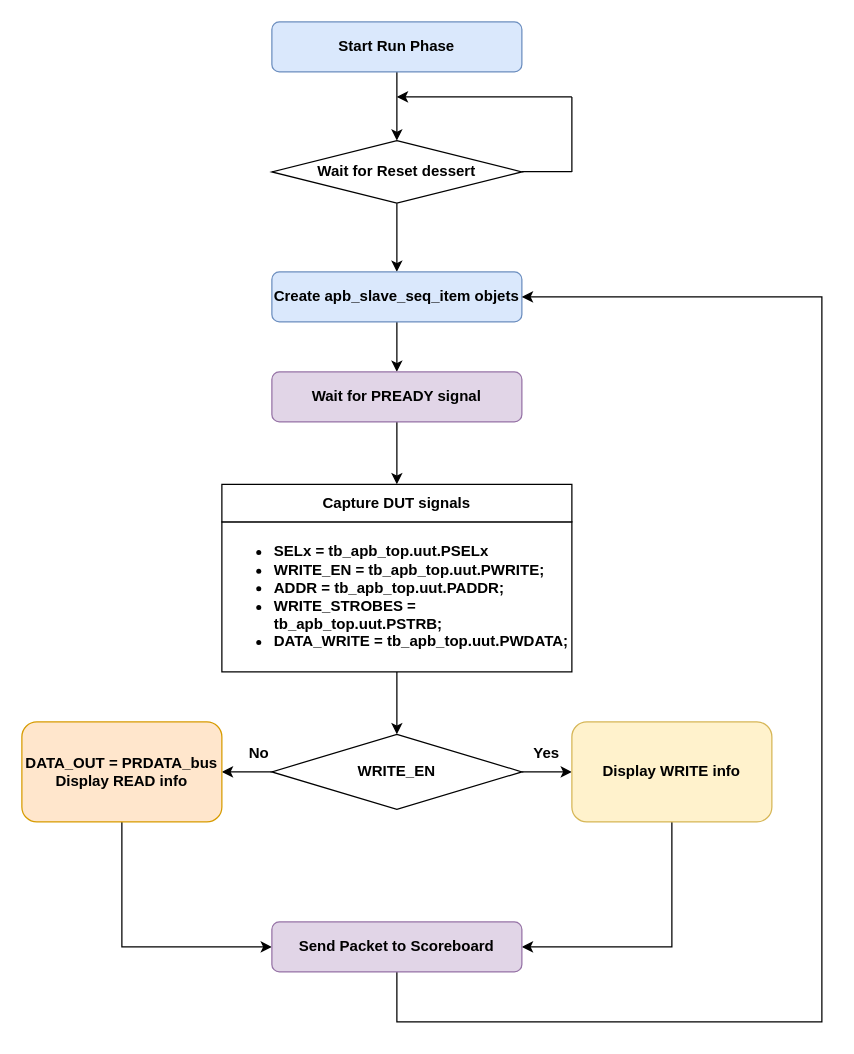
Before: page "Slave Monitor Flow chart" (19 of 20) of Design Specifications/APB.drawio in 106210049/AMBA-APB, a draw.io diagram. Source tidied: cells renumbered, new cells numbered last; positions are measured from the earlier drawing's top-left corner, leaving out a move shared by most shapes. Both pictures are drawn from the tidied source at 125%, with x=0, y=0 at pixel (21, 21).
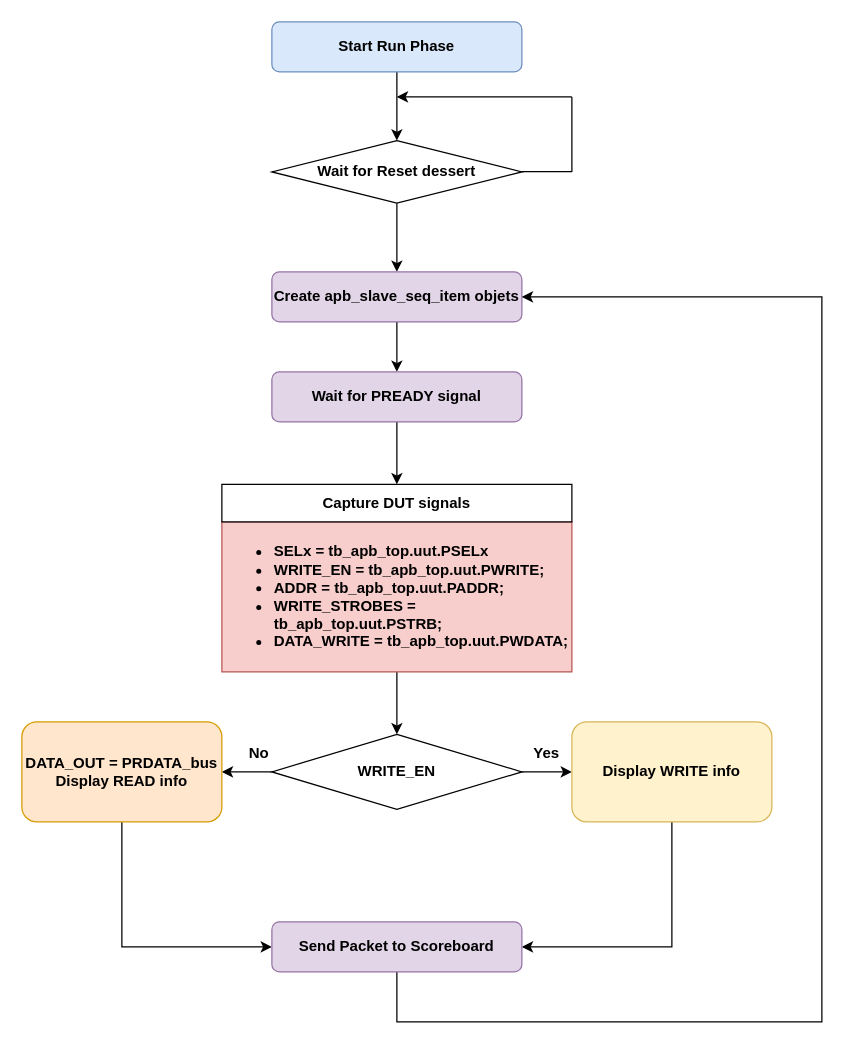
The same diagram, later.

Diff of the diagram source:
```diff
@@
-    <mxCell id="10" value="Create apb_slave_seq_item objets" style="rounded=1;whiteSpace=wrap;html=1;fontStyle=1;fillColor=#dae8fc;strokeColor=#6c8ebf;" parent="1" vertex="1">
+    <mxCell id="10" value="Create apb_slave_seq_item objets" style="rounded=1;whiteSpace=wrap;html=1;fontStyle=1;fillColor=#e1d5e7;strokeColor=#9673a6;" parent="1" vertex="1">
       <mxGeometry x="200" y="200" width="200" height="40" as="geometry" />
     </mxCell>
@@
-    <mxCell id="14" value="&lt;ul&gt;&lt;li&gt;&lt;b&gt;SELx = tb_apb_top.uut.PSELx&lt;/b&gt;&lt;/li&gt;&lt;li&gt;&lt;b&gt;WRITE_EN = tb_apb_top.uut.PWRITE;&lt;/b&gt;&lt;/li&gt;&lt;li&gt;&lt;b&gt;ADDR = tb_apb_top.uut.PADDR;&lt;/b&gt;&lt;/li&gt;&lt;li&gt;&lt;b&gt;WRITE_STROBES = tb_apb_top.uut.PSTRB;&lt;/b&gt;&lt;/li&gt;&lt;li&gt;&lt;b&gt;DATA_WRITE = tb_apb_top.uut.PWDATA;&lt;/b&gt;&lt;/li&gt;&lt;/ul&gt;" style="rounded=0;whiteSpace=wrap;html=1;align=left;" parent="1" vertex="1">
+    <mxCell id="14" value="&lt;ul&gt;&lt;li&gt;&lt;b&gt;SELx = tb_apb_top.uut.PSELx&lt;/b&gt;&lt;/li&gt;&lt;li&gt;&lt;b&gt;WRITE_EN = tb_apb_top.uut.PWRITE;&lt;/b&gt;&lt;/li&gt;&lt;li&gt;&lt;b&gt;ADDR = tb_apb_top.uut.PADDR;&lt;/b&gt;&lt;/li&gt;&lt;li&gt;&lt;b&gt;WRITE_STROBES = tb_apb_top.uut.PSTRB;&lt;/b&gt;&lt;/li&gt;&lt;li&gt;&lt;b&gt;DATA_WRITE = tb_apb_top.uut.PWDATA;&lt;/b&gt;&lt;/li&gt;&lt;/ul&gt;" style="rounded=0;whiteSpace=wrap;html=1;align=left;fillColor=#f8cecc;strokeColor=#b85450;" parent="1" vertex="1">
       <mxGeometry x="160" y="400" width="280" height="120" as="geometry" />
     </mxCell>
```
